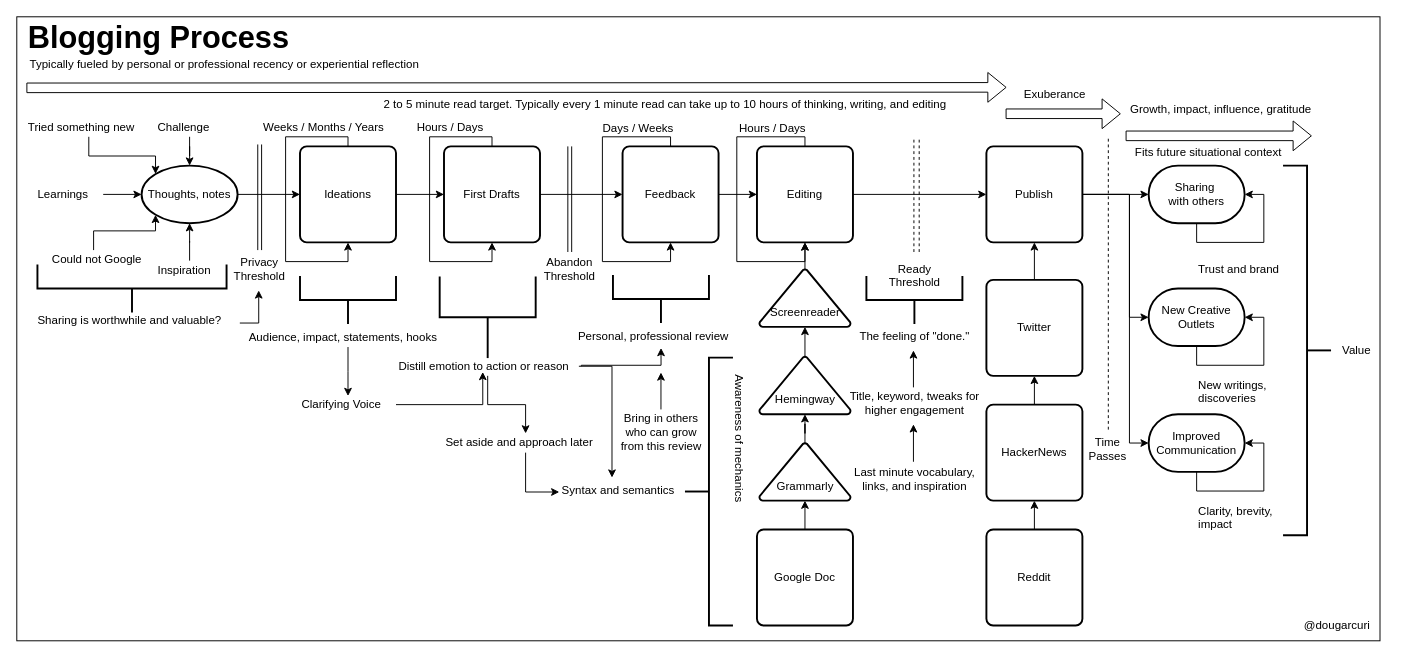
Above: mentoring/diagrams/blogging-process.drawio in solidi/learning-notes (draw.io), before the change. Source tidied: cells renumbered, new cells numbered last; positions are measured from the earlier drawing's top-left corner, leaving out a move shared by most shapes. Both pictures are drawn from the tidied source at 96%, with x=0, y=0 at pixel (16, 16).
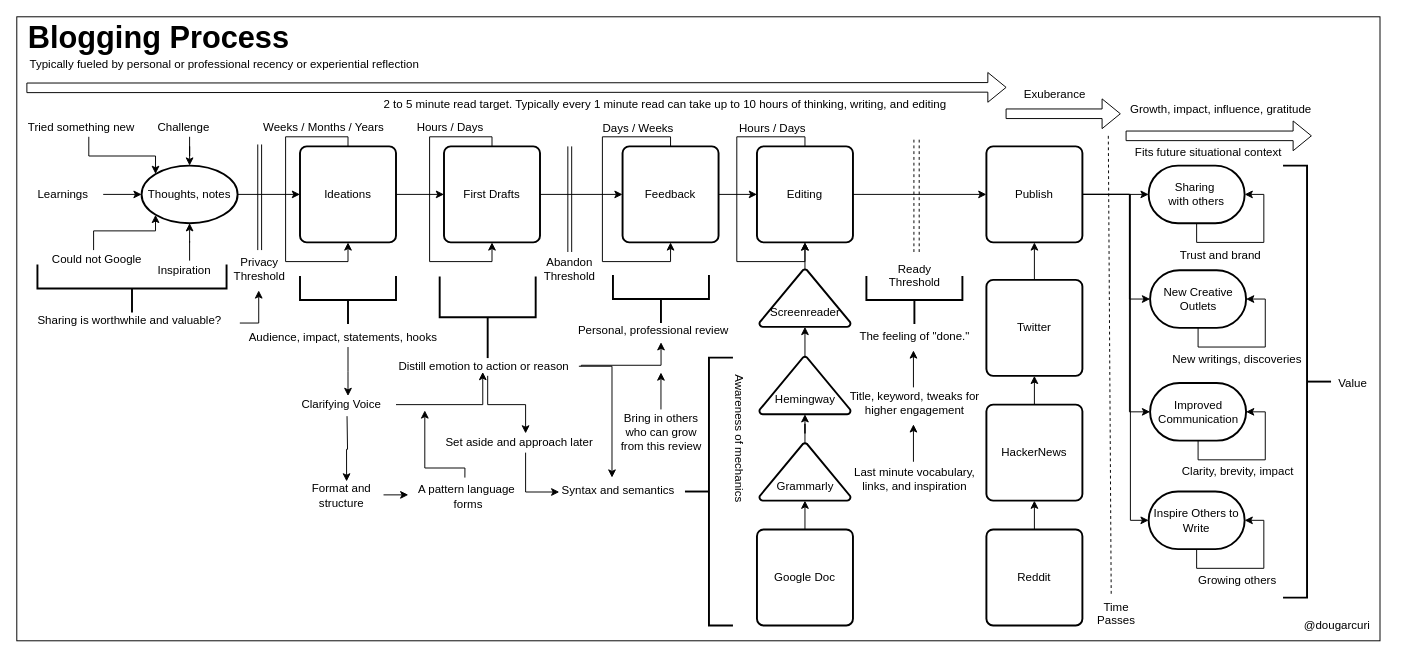
After the change.

Commit message (it also covers changes not shown here):
Update blogging diagram with structure and feedback

Unchanged cells that the change refers to:
```xml
<mxCell id="20" value="Publish" style="rounded=1;whiteSpace=wrap;html=1;absoluteArcSize=1;arcSize=14;strokeWidth=2;" parent="1" vertex="1">
  <mxGeometry x="1010" y="135" width="100" height="100" as="geometry" />
</mxCell>
```

Diff of the diagram source:
```diff
@@
     <mxCell id="18" style="edgeStyle=orthogonalEdgeStyle;rounded=0;jettySize=auto;html=1;exitX=1;exitY=0.5;exitDx=0;exitDy=0;entryX=0;entryY=0.5;entryDx=0;entryDy=0;entryPerimeter=0;" parent="1" edge="1" source="20" target="78">
       <mxGeometry relative="1" as="geometry">
         <Array as="points">
           <mxPoint x="1159" y="185" />
-          <mxPoint x="1159" y="313" />
+          <mxPoint x="1159" y="294" />
         </Array>
       </mxGeometry>
     </mxCell>
     <mxCell id="19" style="edgeStyle=orthogonalEdgeStyle;rounded=0;jettySize=auto;html=1;exitX=1;exitY=0.5;exitDx=0;exitDy=0;entryX=0;entryY=0.5;entryDx=0;entryDy=0;entryPerimeter=0;" parent="1" edge="1" source="20" target="81">
       <mxGeometry relative="1" as="geometry">
         <Array as="points">
           <mxPoint x="1159" y="185" />
-          <mxPoint x="1159" y="444" />
+          <mxPoint x="1159" y="412" />
         </Array>
       </mxGeometry>
     </mxCell>
@@
     <mxCell id="35" value="Personal, professional review" style="text;html=1;points=[];align=left;verticalAlign=top;spacingTop=-4;" parent="1" vertex="1">
-      <mxGeometry x="583" y="323" width="170" height="20" as="geometry" />
+      <mxGeometry x="583" y="317" width="170" height="20" as="geometry" />
     </mxCell>
@@
-    <mxCell id="59" style="endArrow=none;dashed=1;html=1;" parent="1" edge="1">
+    <mxCell id="59" style="endArrow=none;dashed=1;html=1;exitX=0.4;exitY=-0.133;exitDx=0;exitDy=0;exitPerimeter=0;" parent="1" edge="1" source="60">
       <mxGeometry relative="1" as="geometry">
-        <mxPoint x="1137" y="430" as="sourcePoint" />
         <mxPoint x="1137" y="124" as="targetPoint" />
       </mxGeometry>
     </mxCell>
     <mxCell id="60" value="Time&lt;br&gt;Passes" style="text;html=1;points=[];align=center;verticalAlign=top;spacingTop=-4;" parent="1" vertex="1">
-      <mxGeometry x="1111" y="434" width="50" height="30" as="geometry" />
+      <mxGeometry x="1120" y="605" width="50" height="30" as="geometry" />
     </mxCell>
@@
     <mxCell id="64" value="Trust and brand" style="text;html=1;align=left;verticalAlign=top;spacingTop=-4;" parent="1" vertex="1">
-      <mxGeometry x="1229" y="253" width="100" height="20" as="geometry" />
+      <mxGeometry x="1210" y="239" width="100" height="20" as="geometry" />
     </mxCell>
@@
     <mxCell id="78" value="New Creative Outlets" style="strokeWidth=2;html=1;shape=mxgraph.flowchart.terminator;whiteSpace=wrap;" parent="1" vertex="1">
-      <mxGeometry x="1179" y="283" width="100" height="60" as="geometry" />
+      <mxGeometry x="1180.5" y="264" width="100" height="60" as="geometry" />
     </mxCell>
@@
-    <mxCell id="80" value="New writings, &lt;br&gt;discoveries" style="text;html=1;align=left;verticalAlign=top;spacingTop=-4;" parent="1" vertex="1">
-      <mxGeometry x="1229" y="374" width="90" height="30" as="geometry" />
+    <mxCell id="80" value="New writings, discoveries" style="text;html=1;align=left;verticalAlign=top;spacingTop=-4;" parent="1" vertex="1">
+      <mxGeometry x="1201.5" y="346.5" width="150" height="20" as="geometry" />
     </mxCell>
     <mxCell id="81" value="Improved Communication" style="strokeWidth=2;html=1;shape=mxgraph.flowchart.terminator;whiteSpace=wrap;" parent="1" vertex="1">
-      <mxGeometry x="1179" y="414" width="100" height="60" as="geometry" />
+      <mxGeometry x="1180.5" y="381.5" width="100" height="60" as="geometry" />
     </mxCell>
@@
-    <mxCell id="83" value="Clarity, brevity,&lt;br&gt;impact&amp;nbsp;" style="text;html=1;align=left;verticalAlign=top;spacingTop=-4;" parent="1" vertex="1">
-      <mxGeometry x="1229" y="504.5" width="90" height="30" as="geometry" />
+    <mxCell id="83" value="Clarity, brevity, impact&amp;nbsp;" style="text;html=1;align=left;verticalAlign=top;spacingTop=-4;" parent="1" vertex="1">
+      <mxGeometry x="1211.5" y="463.5" width="140" height="20" as="geometry" />
     </mxCell>
     <mxCell id="84" style="strokeWidth=2;html=1;shape=mxgraph.flowchart.annotation_2;align=left;labelPosition=right;rotation=180;" parent="1" vertex="1">
-      <mxGeometry x="1319" y="155" width="50" height="385" as="geometry" />
+      <mxGeometry x="1319" y="155" width="50" height="450" as="geometry" />
     </mxCell>
     <mxCell id="85" value="Value" style="text;html=1;align=left;verticalAlign=top;spacingTop=-4;" parent="1" vertex="1">
-      <mxGeometry x="1379" y="337.5" width="50" height="20" as="geometry" />
+      <mxGeometry x="1375" y="371.5" width="50" height="20" as="geometry" />
     </mxCell>
@@
+    <mxCell id="107" value="Inspire Others to Write" style="strokeWidth=2;html=1;shape=mxgraph.flowchart.terminator;whiteSpace=wrap;" parent="1" vertex="1">
+      <mxGeometry x="1179" y="494.5" width="100" height="60" as="geometry" />
+    </mxCell>
+    <mxCell id="108" style="edgeStyle=orthogonalEdgeStyle;rounded=0;orthogonalLoop=1;jettySize=auto;html=1;exitX=0.5;exitY=1;exitDx=0;exitDy=0;exitPerimeter=0;entryX=1;entryY=0.5;entryDx=0;entryDy=0;entryPerimeter=0;" parent="1" edge="1" source="107" target="107">
+      <mxGeometry relative="1" as="geometry" />
+    </mxCell>
+    <mxCell id="109" value="Growing others" style="text;html=1;align=left;verticalAlign=top;spacingTop=-4;" parent="1" vertex="1">
+      <mxGeometry x="1229" y="576.5" width="100" height="20" as="geometry" />
+    </mxCell>
+    <mxCell id="110" style="edgeStyle=orthogonalEdgeStyle;rounded=0;jettySize=auto;html=1;exitX=1;exitY=0.5;exitDx=0;exitDy=0;entryX=0;entryY=0.5;entryDx=0;entryDy=0;entryPerimeter=0;" parent="1" edge="1" target="107">
+      <mxGeometry relative="1" as="geometry">
+        <mxPoint x="1110.5" y="185" as="sourcePoint" />
+        <Array as="points">
+          <mxPoint x="1160" y="185" />
+          <mxPoint x="1160" y="525" />
+        </Array>
+      </mxGeometry>
+    </mxCell>
+    <mxCell id="111" value="A pattern language&amp;nbsp;&lt;br&gt;forms" style="text;html=1;align=center;verticalAlign=middle;points=[];" parent="1" vertex="1">
+      <mxGeometry x="410" y="485" width="120" height="30" as="geometry" />
+    </mxCell>
+    <mxCell id="112" value="Format and &lt;br&gt;structure" style="text;html=1;align=center;verticalAlign=middle;points=[];" parent="1" vertex="1">
+      <mxGeometry x="298" y="484" width="80" height="30" as="geometry" />
+    </mxCell>
+    <mxCell id="113" style="edgeStyle=orthogonalEdgeStyle;rounded=0;jettySize=auto;html=1;entryX=0.569;entryY=0;entryDx=0;entryDy=0;entryPerimeter=0;" parent="1" edge="1" target="112">
+      <mxGeometry relative="1" as="geometry">
+        <mxPoint x="344" y="416" as="sourcePoint" />
+      </mxGeometry>
+    </mxCell>
+    <mxCell id="114" style="endArrow=classic;html=1;exitX=1.05;exitY=0.467;exitDx=0;exitDy=0;exitPerimeter=0;entryX=-0.018;entryY=0.433;entryDx=0;entryDy=0;entryPerimeter=0;" parent="1" edge="1" source="112" target="111">
+      <mxGeometry relative="1" as="geometry" />
+    </mxCell>
+    <mxCell id="115" style="edgeStyle=orthogonalEdgeStyle;rounded=0;jettySize=auto;html=1;exitX=0.473;exitY=-0.167;exitDx=0;exitDy=0;exitPerimeter=0;" parent="1" edge="1" source="111">
+      <mxGeometry relative="1" as="geometry">
+        <mxPoint x="425" y="410" as="targetPoint" />
+        <Array as="points">
+          <mxPoint x="467" y="470" />
+          <mxPoint x="425" y="470" />
+        </Array>
+      </mxGeometry>
+    </mxCell>
```
